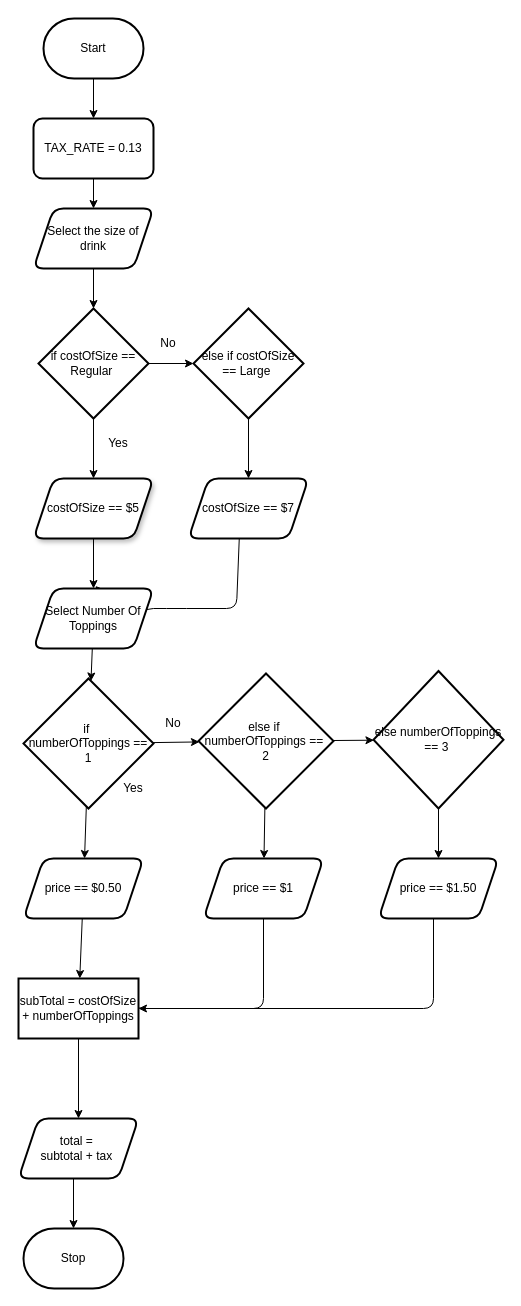
Before: design/flowchart.drawio in MTHS-ICD2O-1-2024/ICD2O-Assignment-04-catherine-vu-09, a draw.io diagram. Source tidied: cells renumbered, new cells numbered last; positions are measured from the earlier drawing's top-left corner, leaving out a move shared by most shapes. Both pictures are drawn from the tidied source at 100%, with x=0, y=0 at pixel (18, 18).
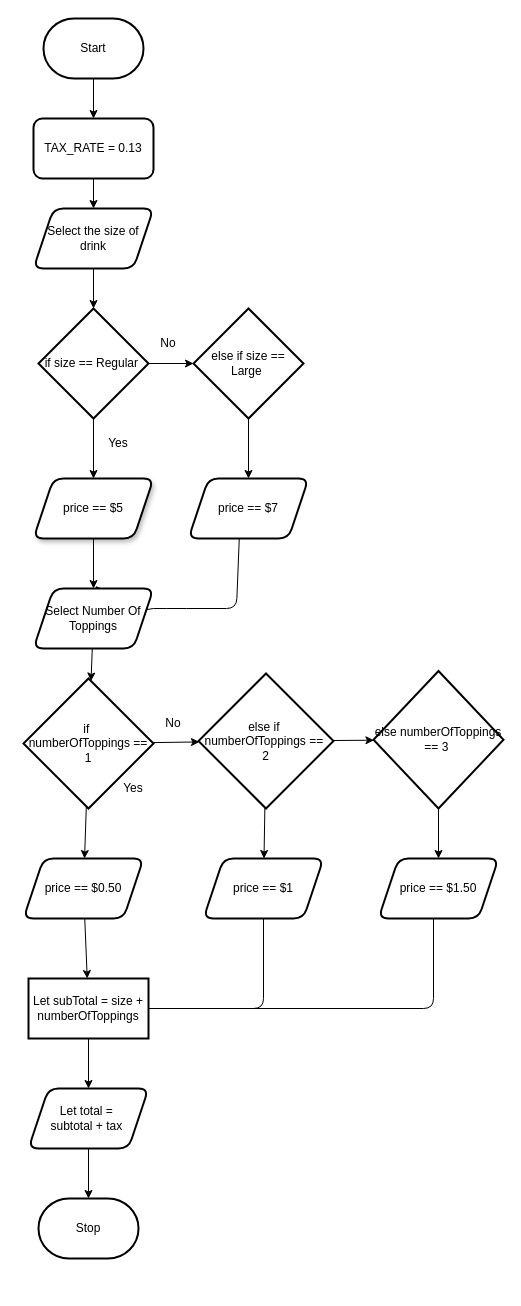
After the change.

What changed in the source:
```diff
@@
-    <mxCell id="7" value="if costOfSize == Regular&amp;nbsp;" style="rhombus;whiteSpace=wrap;html=1;strokeWidth=2;rounded=0;" parent="1" vertex="1">
+    <mxCell id="7" value="if size == Regular&amp;nbsp;" style="rhombus;whiteSpace=wrap;html=1;strokeWidth=2;rounded=0;" parent="1" vertex="1">
       <mxGeometry x="20" y="290" width="110" height="110" as="geometry" />
     </mxCell>
@@
-    <mxCell id="10" value="else if costOfSize == Large&amp;nbsp;" style="rhombus;whiteSpace=wrap;html=1;strokeWidth=2;rounded=0;" parent="1" vertex="1">
+    <mxCell id="10" value="else if size == Large&amp;nbsp;" style="rhombus;whiteSpace=wrap;html=1;strokeWidth=2;rounded=0;" parent="1" vertex="1">
       <mxGeometry x="175" y="290" width="110" height="110" as="geometry" />
     </mxCell>
     <mxCell id="11" value="Stop" style="strokeWidth=2;html=1;shape=mxgraph.flowchart.terminator;whiteSpace=wrap;" parent="1" vertex="1">
-      <mxGeometry x="5" y="1210" width="100" height="60" as="geometry" />
+      <mxGeometry x="20" y="1180" width="100" height="60" as="geometry" />
     </mxCell>
@@
-    <mxCell id="19" value="costOfSize == $5" style="shape=parallelogram;perimeter=parallelogramPerimeter;whiteSpace=wrap;html=1;fixedSize=1;strokeWidth=2;rounded=1;shadow=1;" parent="1" vertex="1">
+    <mxCell id="19" value="price == $5" style="shape=parallelogram;perimeter=parallelogramPerimeter;whiteSpace=wrap;html=1;fixedSize=1;strokeWidth=2;rounded=1;shadow=1;" parent="1" vertex="1">
       <mxGeometry x="15" y="460" width="120" height="60" as="geometry" />
     </mxCell>
-    <mxCell id="20" value="costOfSize == $7" style="shape=parallelogram;perimeter=parallelogramPerimeter;whiteSpace=wrap;html=1;fixedSize=1;strokeWidth=2;rounded=1;" parent="1" vertex="1">
+    <mxCell id="20" value="price == $7" style="shape=parallelogram;perimeter=parallelogramPerimeter;whiteSpace=wrap;html=1;fixedSize=1;strokeWidth=2;rounded=1;" parent="1" vertex="1">
       <mxGeometry x="170" y="460" width="120" height="60" as="geometry" />
     </mxCell>
@@
-    <mxCell id="39" value="subTotal = costOfSize + numberOfToppings" style="whiteSpace=wrap;html=1;strokeWidth=2;rounded=0;shadow=0;" parent="1" vertex="1">
-      <mxGeometry y="960" width="120" height="60" as="geometry" />
+    <mxCell id="39" value="Let subTotal = size + numberOfToppings" style="whiteSpace=wrap;html=1;strokeWidth=2;rounded=0;shadow=0;" parent="1" vertex="1">
+      <mxGeometry x="10" y="960" width="120" height="60" as="geometry" />
     </mxCell>
-    <mxCell id="40" style="edgeStyle=none;html=1;" parent="1" edge="1" target="11">
-      <mxGeometry relative="1" as="geometry">
-        <mxPoint x="55" y="1150" as="sourcePoint" />
-      </mxGeometry>
-    </mxCell>
+    <mxCell id="42" style="edgeStyle=none;html=1;" parent="1" edge="1" source="41" target="11">
+      <mxGeometry relative="1" as="geometry" />
+    </mxCell>
-    <mxCell id="41" value="total =&amp;nbsp;&lt;div&gt;subtotal + tax&amp;nbsp;&lt;/div&gt;" style="shape=parallelogram;perimeter=parallelogramPerimeter;whiteSpace=wrap;html=1;fixedSize=1;strokeWidth=2;rounded=1;shadow=0;" parent="1" vertex="1">
-      <mxGeometry y="1100" width="120" height="60" as="geometry" />
+    <mxCell id="41" value="Let total =&amp;nbsp;&lt;div&gt;subtotal + tax&amp;nbsp;&lt;/div&gt;" style="shape=parallelogram;perimeter=parallelogramPerimeter;whiteSpace=wrap;html=1;fixedSize=1;strokeWidth=2;rounded=1;shadow=0;" parent="1" vertex="1">
+      <mxGeometry x="10" y="1070" width="120" height="60" as="geometry" />
     </mxCell>
```
